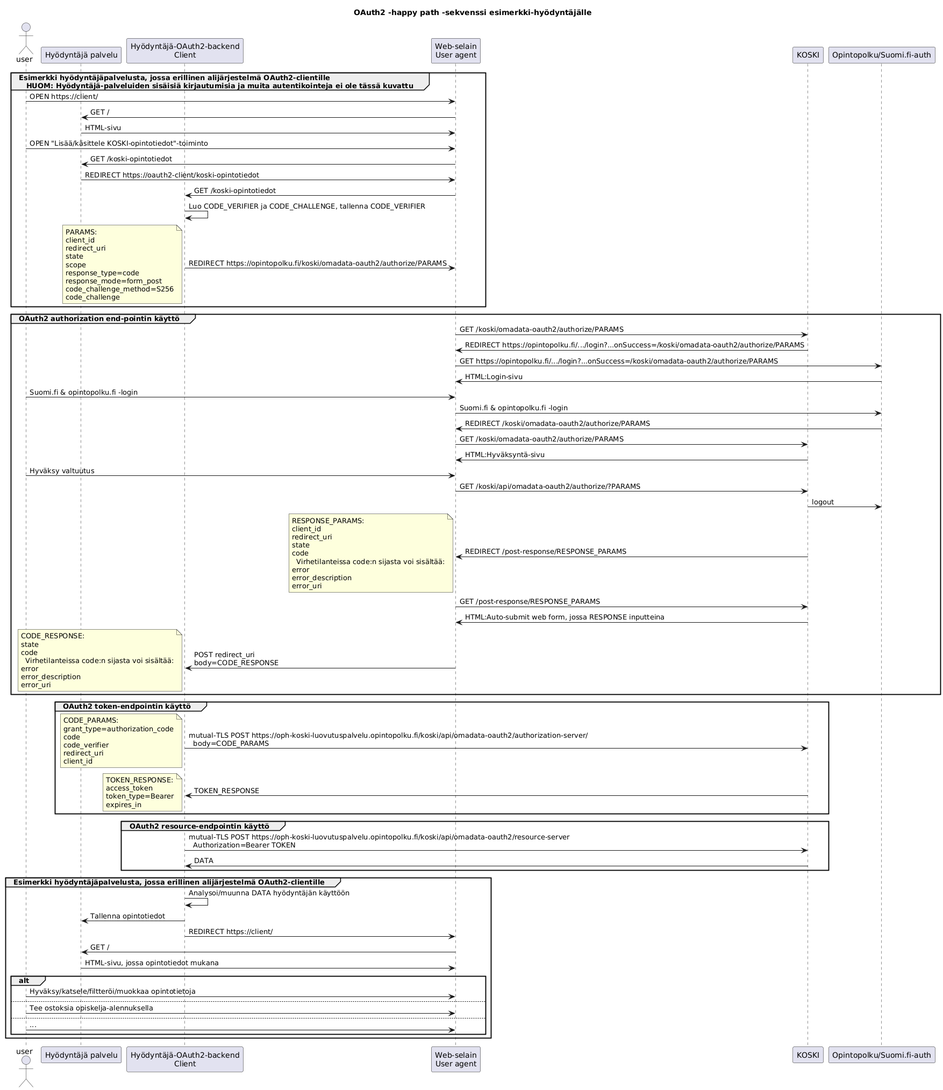
Before: documentation/kuvat/png/oauth2sekvenssi_external.png, a diagram exported from PlantUML (Opetushallitus/koski).
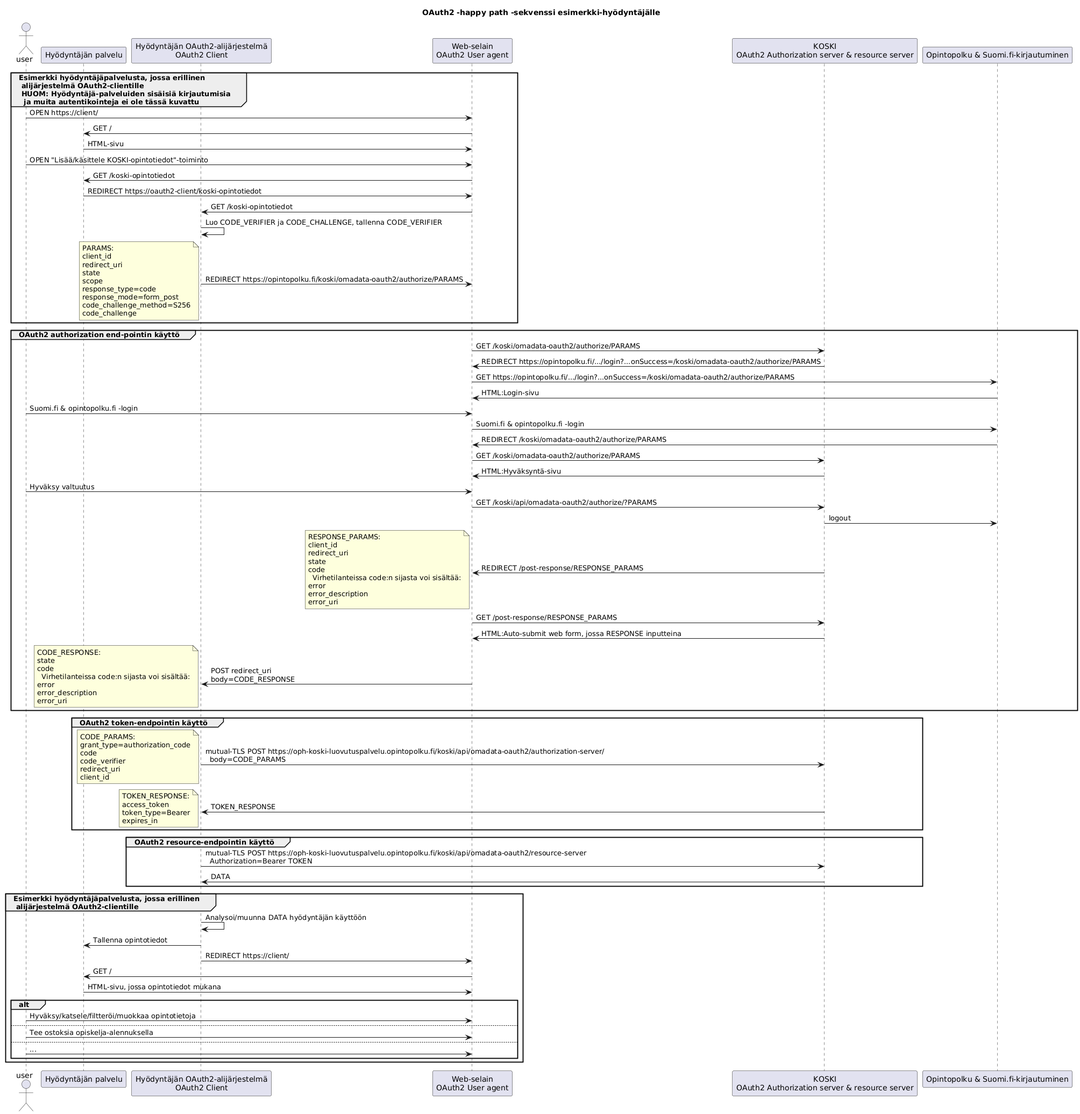
After the change.

What changed in the source:
```diff
@@ -4,28 +4,29 @@
 actor user
 
 participant client_service [
-  Hyödyntäjä palvelu
+  Hyödyntäjän palvelu
 ]
 
 participant client [
-  Hyödyntäjä-OAuth2-backend
-  Client
+  Hyödyntäjän OAuth2-alijärjestelmä
+  OAuth2 Client
 ]
 
 participant user_agent [
   Web-selain
-  User agent
+  OAuth2 User agent
 ]
 
 participant Koski [
   KOSKI
+  OAuth2 Authorization server & resource server
 ]
 
 participant CAS [
-  Opintopolku/Suomi.fi-auth
+  Opintopolku & Suomi.fi-kirjautuminen
 ]
 
-group Esimerkki hyödyntäjäpalvelusta, jossa erillinen alijärjestelmä OAuth2-clientille\n   HUOM: Hyödyntäjä-palveluiden sisäisiä kirjautumisia ja muita autentikointeja ei ole tässä kuvattu
+group Esimerkki hyödyntäjäpalvelusta, jossa erillinen\n alijärjestelmä OAuth2-clientille\n HUOM: Hyödyntäjä-palveluiden sisäisiä kirjautumisia\n  ja muita autentikointeja ei ole tässä kuvattu
 
 user -> user_agent : OPEN https://client/
 user_agent -> client_service : GET /
@@ -134,7 +135,7 @@
 
 end
 
-group Esimerkki hyödyntäjäpalvelusta, jossa erillinen alijärjestelmä OAuth2-clientille
+group Esimerkki hyödyntäjäpalvelusta, jossa erillinen\n alijärjestelmä OAuth2-clientille
 
 client -> client : Analysoi/muunna DATA hyödyntäjän käyttöön
 
```
